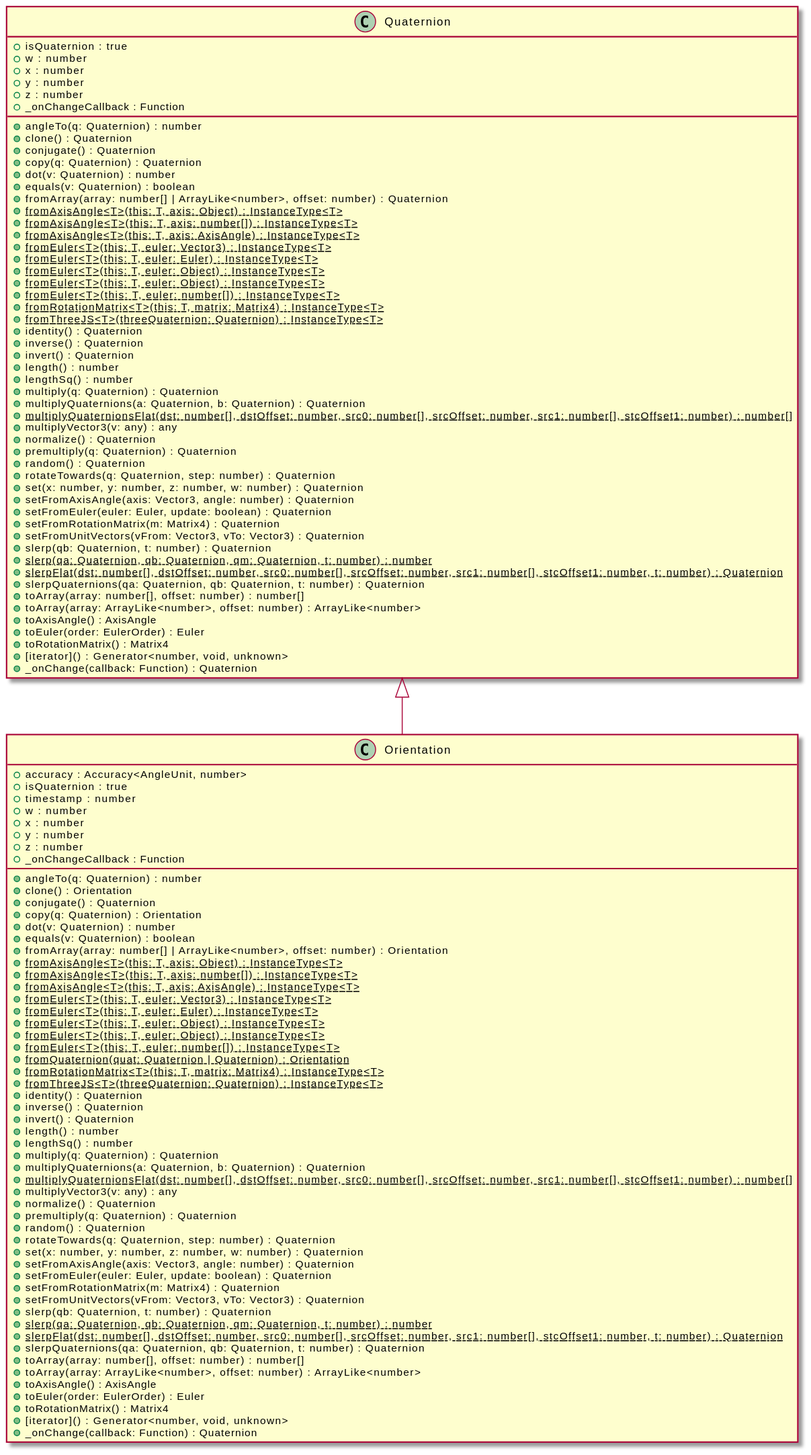
Earlier version of the PlantUML export assets/Orientation-umlClassDiagram-3844.svg (OpenHPS/openhps-core). The source it was exported from:
```plantuml
@startuml
skinparam BackgroundColor transparent
hide empty methods
hide empty fields
class "Orientation" {
    +accuracy : Accuracy<AngleUnit, number>
    +isQuaternion : true
    +timestamp : number
    +w : number
    +x : number
    +y : number
    +z : number
    +_onChangeCallback : Function
    +angleTo(q: Quaternion) : number
    +clone() : Orientation
    +conjugate() : Quaternion
    +copy(q: Quaternion) : Orientation
    +dot(v: Quaternion) : number
    +equals(v: Quaternion) : boolean
    +fromArray(array: number[] | ArrayLike<number>, offset: number) : Orientation
    {static} +fromAxisAngle<T>(this: T, axis: Object) : InstanceType<T>
    {static} +fromAxisAngle<T>(this: T, axis: number[]) : InstanceType<T>
    {static} +fromAxisAngle<T>(this: T, axis: AxisAngle) : InstanceType<T>
    {static} +fromEuler<T>(this: T, euler: Vector3) : InstanceType<T>
    {static} +fromEuler<T>(this: T, euler: Euler) : InstanceType<T>
    {static} +fromEuler<T>(this: T, euler: Object) : InstanceType<T>
    {static} +fromEuler<T>(this: T, euler: Object) : InstanceType<T>
    {static} +fromEuler<T>(this: T, euler: number[]) : InstanceType<T>
    {static} +fromQuaternion(quat: Quaternion | Quaternion) : Orientation
    {static} +fromRotationMatrix<T>(this: T, matrix: Matrix4) : InstanceType<T>
    {static} +fromThreeJS<T>(threeQuaternion: Quaternion) : InstanceType<T>
    +identity() : Quaternion
    +inverse() : Quaternion
    +invert() : Quaternion
    +length() : number
    +lengthSq() : number
    +multiply(q: Quaternion) : Quaternion
    +multiplyQuaternions(a: Quaternion, b: Quaternion) : Quaternion
    {static} +multiplyQuaternionsFlat(dst: number[], dstOffset: number, src0: number[], srcOffset: number, src1: number[], stcOffset1: number) : number[]
    +multiplyVector3(v: any) : any
    +normalize() : Quaternion
    +premultiply(q: Quaternion) : Quaternion
    +random() : Quaternion
    +rotateTowards(q: Quaternion, step: number) : Quaternion
    +set(x: number, y: number, z: number, w: number) : Quaternion
    +setFromAxisAngle(axis: Vector3, angle: number) : Quaternion
    +setFromEuler(euler: Euler, update: boolean) : Quaternion
    +setFromRotationMatrix(m: Matrix4) : Quaternion
    +setFromUnitVectors(vFrom: Vector3, vTo: Vector3) : Quaternion
    +slerp(qb: Quaternion, t: number) : Quaternion
    {static} +slerp(qa: Quaternion, qb: Quaternion, qm: Quaternion, t: number) : number
    {static} +slerpFlat(dst: number[], dstOffset: number, src0: number[], srcOffset: number, src1: number[], stcOffset1: number, t: number) : Quaternion
    +slerpQuaternions(qa: Quaternion, qb: Quaternion, t: number) : Quaternion
    +toArray(array: number[], offset: number) : number[]
    +toArray(array: ArrayLike<number>, offset: number) : ArrayLike<number>
    +toAxisAngle() : AxisAngle
    +toEuler(order: EulerOrder) : Euler
    +toRotationMatrix() : Matrix4
    +[iterator]() : Generator<number, void, unknown>
    +_onChange(callback: Function) : Quaternion
}
class "Quaternion" {
    +isQuaternion : true
    +w : number
    +x : number
    +y : number
    +z : number
    +_onChangeCallback : Function
    +angleTo(q: Quaternion) : number
    +clone() : Quaternion
    +conjugate() : Quaternion
    +copy(q: Quaternion) : Quaternion
    +dot(v: Quaternion) : number
    +equals(v: Quaternion) : boolean
    +fromArray(array: number[] | ArrayLike<number>, offset: number) : Quaternion
    {static} +fromAxisAngle<T>(this: T, axis: Object) : InstanceType<T>
    {static} +fromAxisAngle<T>(this: T, axis: number[]) : InstanceType<T>
    {static} +fromAxisAngle<T>(this: T, axis: AxisAngle) : InstanceType<T>
    {static} +fromEuler<T>(this: T, euler: Vector3) : InstanceType<T>
    {static} +fromEuler<T>(this: T, euler: Euler) : InstanceType<T>
    {static} +fromEuler<T>(this: T, euler: Object) : InstanceType<T>
    {static} +fromEuler<T>(this: T, euler: Object) : InstanceType<T>
    {static} +fromEuler<T>(this: T, euler: number[]) : InstanceType<T>
    {static} +fromRotationMatrix<T>(this: T, matrix: Matrix4) : InstanceType<T>
    {static} +fromThreeJS<T>(threeQuaternion: Quaternion) : InstanceType<T>
    +identity() : Quaternion
    +inverse() : Quaternion
    +invert() : Quaternion
    +length() : number
    +lengthSq() : number
    +multiply(q: Quaternion) : Quaternion
    +multiplyQuaternions(a: Quaternion, b: Quaternion) : Quaternion
    {static} +multiplyQuaternionsFlat(dst: number[], dstOffset: number, src0: number[], srcOffset: number, src1: number[], stcOffset1: number) : number[]
    +multiplyVector3(v: any) : any
    +normalize() : Quaternion
    +premultiply(q: Quaternion) : Quaternion
    +random() : Quaternion
    +rotateTowards(q: Quaternion, step: number) : Quaternion
    +set(x: number, y: number, z: number, w: number) : Quaternion
    +setFromAxisAngle(axis: Vector3, angle: number) : Quaternion
    +setFromEuler(euler: Euler, update: boolean) : Quaternion
    +setFromRotationMatrix(m: Matrix4) : Quaternion
    +setFromUnitVectors(vFrom: Vector3, vTo: Vector3) : Quaternion
    +slerp(qb: Quaternion, t: number) : Quaternion
    {static} +slerp(qa: Quaternion, qb: Quaternion, qm: Quaternion, t: number) : number
    {static} +slerpFlat(dst: number[], dstOffset: number, src0: number[], srcOffset: number, src1: number[], stcOffset1: number, t: number) : Quaternion
    +slerpQuaternions(qa: Quaternion, qb: Quaternion, t: number) : Quaternion
    +toArray(array: number[], offset: number) : number[]
    +toArray(array: ArrayLike<number>, offset: number) : ArrayLike<number>
    +toAxisAngle() : AxisAngle
    +toEuler(order: EulerOrder) : Euler
    +toRotationMatrix() : Matrix4
    +[iterator]() : Generator<number, void, unknown>
    +_onChange(callback: Function) : Quaternion
}
"Quaternion" <|-- "Orientation"
@enduml
```
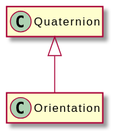
Later version of the same file.

Diff of the diagram source:
```diff
@@ -3,115 +3,8 @@
 hide empty methods
 hide empty fields
 class "Orientation" {
-    +accuracy : Accuracy<AngleUnit, number>
-    +isQuaternion : true
-    +timestamp : number
-    +w : number
-    +x : number
-    +y : number
-    +z : number
-    +_onChangeCallback : Function
-    +angleTo(q: Quaternion) : number
-    +clone() : Orientation
-    +conjugate() : Quaternion
-    +copy(q: Quaternion) : Orientation
-    +dot(v: Quaternion) : number
-    +equals(v: Quaternion) : boolean
-    +fromArray(array: number[] | ArrayLike<number>, offset: number) : Orientation
-    {static} +fromAxisAngle<T>(this: T, axis: Object) : InstanceType<T>
-    {static} +fromAxisAngle<T>(this: T, axis: number[]) : InstanceType<T>
-    {static} +fromAxisAngle<T>(this: T, axis: AxisAngle) : InstanceType<T>
-    {static} +fromEuler<T>(this: T, euler: Vector3) : InstanceType<T>
-    {static} +fromEuler<T>(this: T, euler: Euler) : InstanceType<T>
-    {static} +fromEuler<T>(this: T, euler: Object) : InstanceType<T>
-    {static} +fromEuler<T>(this: T, euler: Object) : InstanceType<T>
-    {static} +fromEuler<T>(this: T, euler: number[]) : InstanceType<T>
-    {static} +fromQuaternion(quat: Quaternion | Quaternion) : Orientation
-    {static} +fromRotationMatrix<T>(this: T, matrix: Matrix4) : InstanceType<T>
-    {static} +fromThreeJS<T>(threeQuaternion: Quaternion) : InstanceType<T>
-    +identity() : Quaternion
-    +inverse() : Quaternion
-    +invert() : Quaternion
-    +length() : number
-    +lengthSq() : number
-    +multiply(q: Quaternion) : Quaternion
-    +multiplyQuaternions(a: Quaternion, b: Quaternion) : Quaternion
-    {static} +multiplyQuaternionsFlat(dst: number[], dstOffset: number, src0: number[], srcOffset: number, src1: number[], stcOffset1: number) : number[]
-    +multiplyVector3(v: any) : any
-    +normalize() : Quaternion
-    +premultiply(q: Quaternion) : Quaternion
-    +random() : Quaternion
-    +rotateTowards(q: Quaternion, step: number) : Quaternion
-    +set(x: number, y: number, z: number, w: number) : Quaternion
-    +setFromAxisAngle(axis: Vector3, angle: number) : Quaternion
-    +setFromEuler(euler: Euler, update: boolean) : Quaternion
-    +setFromRotationMatrix(m: Matrix4) : Quaternion
-    +setFromUnitVectors(vFrom: Vector3, vTo: Vector3) : Quaternion
-    +slerp(qb: Quaternion, t: number) : Quaternion
-    {static} +slerp(qa: Quaternion, qb: Quaternion, qm: Quaternion, t: number) : number
-    {static} +slerpFlat(dst: number[], dstOffset: number, src0: number[], srcOffset: number, src1: number[], stcOffset1: number, t: number) : Quaternion
-    +slerpQuaternions(qa: Quaternion, qb: Quaternion, t: number) : Quaternion
-    +toArray(array: number[], offset: number) : number[]
-    +toArray(array: ArrayLike<number>, offset: number) : ArrayLike<number>
-    +toAxisAngle() : AxisAngle
-    +toEuler(order: EulerOrder) : Euler
-    +toRotationMatrix() : Matrix4
-    +[iterator]() : Generator<number, void, unknown>
-    +_onChange(callback: Function) : Quaternion
 }
 class "Quaternion" {
-    +isQuaternion : true
-    +w : number
-    +x : number
-    +y : number
-    +z : number
-    +_onChangeCallback : Function
-    +angleTo(q: Quaternion) : number
-    +clone() : Quaternion
-    +conjugate() : Quaternion
-    +copy(q: Quaternion) : Quaternion
-    +dot(v: Quaternion) : number
-    +equals(v: Quaternion) : boolean
-    +fromArray(array: number[] | ArrayLike<number>, offset: number) : Quaternion
-    {static} +fromAxisAngle<T>(this: T, axis: Object) : InstanceType<T>
-    {static} +fromAxisAngle<T>(this: T, axis: number[]) : InstanceType<T>
-    {static} +fromAxisAngle<T>(this: T, axis: AxisAngle) : InstanceType<T>
-    {static} +fromEuler<T>(this: T, euler: Vector3) : InstanceType<T>
-    {static} +fromEuler<T>(this: T, euler: Euler) : InstanceType<T>
-    {static} +fromEuler<T>(this: T, euler: Object) : InstanceType<T>
-    {static} +fromEuler<T>(this: T, euler: Object) : InstanceType<T>
-    {static} +fromEuler<T>(this: T, euler: number[]) : InstanceType<T>
-    {static} +fromRotationMatrix<T>(this: T, matrix: Matrix4) : InstanceType<T>
-    {static} +fromThreeJS<T>(threeQuaternion: Quaternion) : InstanceType<T>
-    +identity() : Quaternion
-    +inverse() : Quaternion
-    +invert() : Quaternion
-    +length() : number
-    +lengthSq() : number
-    +multiply(q: Quaternion) : Quaternion
-    +multiplyQuaternions(a: Quaternion, b: Quaternion) : Quaternion
-    {static} +multiplyQuaternionsFlat(dst: number[], dstOffset: number, src0: number[], srcOffset: number, src1: number[], stcOffset1: number) : number[]
-    +multiplyVector3(v: any) : any
-    +normalize() : Quaternion
-    +premultiply(q: Quaternion) : Quaternion
-    +random() : Quaternion
-    +rotateTowards(q: Quaternion, step: number) : Quaternion
-    +set(x: number, y: number, z: number, w: number) : Quaternion
-    +setFromAxisAngle(axis: Vector3, angle: number) : Quaternion
-    +setFromEuler(euler: Euler, update: boolean) : Quaternion
-    +setFromRotationMatrix(m: Matrix4) : Quaternion
-    +setFromUnitVectors(vFrom: Vector3, vTo: Vector3) : Quaternion
-    +slerp(qb: Quaternion, t: number) : Quaternion
-    {static} +slerp(qa: Quaternion, qb: Quaternion, qm: Quaternion, t: number) : number
-    {static} +slerpFlat(dst: number[], dstOffset: number, src0: number[], srcOffset: number, src1: number[], stcOffset1: number, t: number) : Quaternion
-    +slerpQuaternions(qa: Quaternion, qb: Quaternion, t: number) : Quaternion
-    +toArray(array: number[], offset: number) : number[]
-    +toArray(array: ArrayLike<number>, offset: number) : ArrayLike<number>
-    +toAxisAngle() : AxisAngle
-    +toEuler(order: EulerOrder) : Euler
-    +toRotationMatrix() : Matrix4
-    +[iterator]() : Generator<number, void, unknown>
-    +_onChange(callback: Function) : Quaternion
 }
 "Quaternion" <|-- "Orientation"
 @enduml
```
